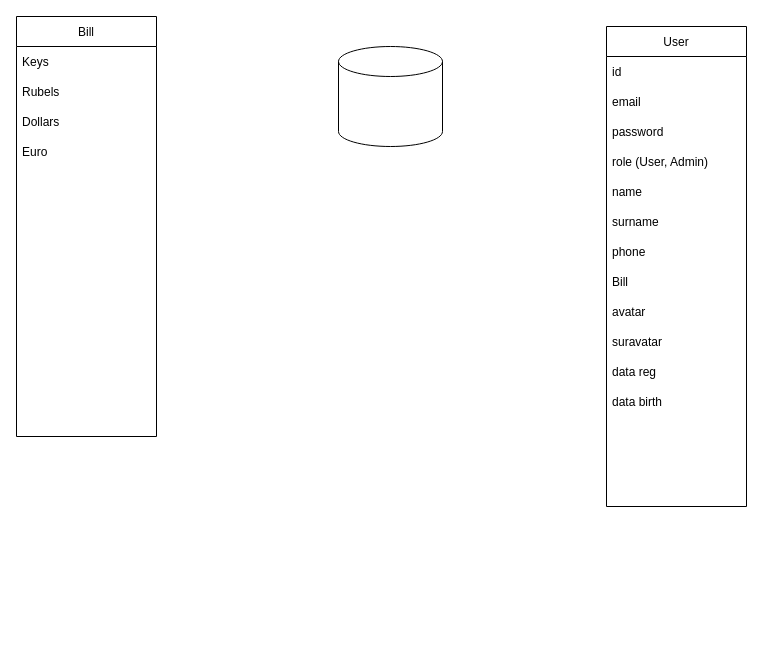
The draw.io diagram SQL Diagram.drawio in Process64/Beersite, before the edit. Source tidied: cells renumbered, new cells numbered last; positions are measured from the earlier drawing's top-left corner, leaving out a move shared by most shapes. Both pictures are drawn from the tidied source at 100%, with x=0, y=0 at pixel (16, 16).
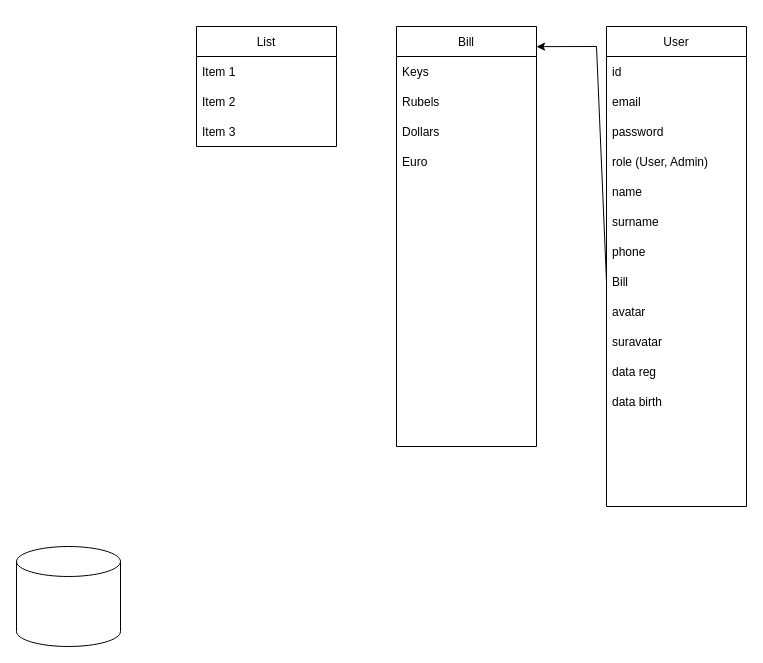
After the change.

Unchanged cells that the change refers to:
```xml
<mxCell id="11" value="Bill" style="text;strokeColor=none;fillColor=none;align=left;verticalAlign=middle;spacingLeft=4;spacingRight=4;overflow=hidden;points=[[0,0.5],[1,0.5]];portConstraint=eastwest;" parent="3" vertex="1">
  <mxGeometry y="240" width="140" height="30" as="geometry" />
</mxCell>
```

Change to the diagram source:
```diff
@@
     <mxCell id="2" style="shape=cylinder3;whiteSpace=wrap;html=1;boundedLbl=1;backgroundOutline=1;size=15;" parent="1" vertex="1">
-      <mxGeometry x="322" y="30" width="104" height="100" as="geometry" />
+      <mxGeometry y="530" width="104" height="100" as="geometry" />
     </mxCell>
@@
     <mxCell id="19" value="Bill" style="swimlane;fontStyle=0;horizontal=1;startSize=30;" parent="1" vertex="1">
-      <mxGeometry width="140" height="420" as="geometry" />
+      <mxGeometry x="380" y="10" width="140" height="420" as="geometry" />
     </mxCell>
@@
+    <mxCell id="33" style="endArrow=classic;html=1;rounded=0;exitX=0;exitY=0.5;exitDx=0;exitDy=0;entryX=1;entryY=0.048;entryDx=0;entryDy=0;entryPerimeter=0;" parent="1" edge="1" source="11" target="19">
+      <mxGeometry relative="1" as="geometry">
+        <Array as="points">
+          <mxPoint x="580" y="30" />
+        </Array>
+      </mxGeometry>
+    </mxCell>
+    <mxCell id="34" value="List" style="swimlane;fontStyle=0;horizontal=1;startSize=30;" parent="1" vertex="1">
+      <mxGeometry x="180" y="10" width="140" height="120" as="geometry" />
+    </mxCell>
+    <mxCell id="35" value="Item 1" style="text;strokeColor=none;fillColor=none;align=left;verticalAlign=middle;spacingLeft=4;spacingRight=4;overflow=hidden;" parent="34" vertex="1">
+      <mxGeometry y="30" width="140" height="30" as="geometry" />
+    </mxCell>
+    <mxCell id="36" value="Item 2" style="text;strokeColor=none;fillColor=none;align=left;verticalAlign=middle;spacingLeft=4;spacingRight=4;overflow=hidden;" parent="34" vertex="1">
+      <mxGeometry y="60" width="140" height="30" as="geometry" />
+    </mxCell>
+    <mxCell id="37" value="Item 3" style="text;strokeColor=none;fillColor=none;align=left;verticalAlign=middle;spacingLeft=4;spacingRight=4;overflow=hidden;" parent="34" vertex="1">
+      <mxGeometry y="90" width="140" height="30" as="geometry" />
+    </mxCell>
```
